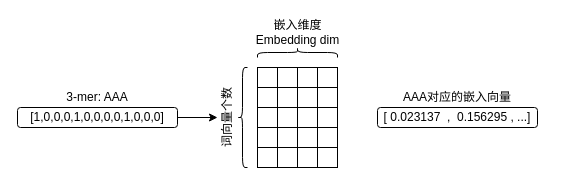
This is embedding.drawio from kaze-0/figure, a draw.io file, before an edit. Source tidied: cells renumbered, new cells numbered last; positions are measured from the earlier drawing's top-left corner, leaving out a move shared by most shapes. Both pictures are drawn from the tidied source at 100%, with x=0, y=0 at pixel (17, 17).
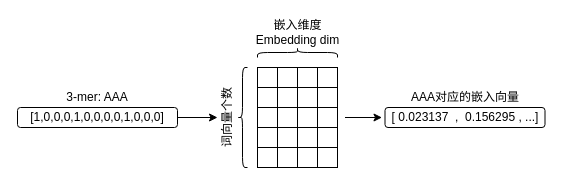
Above is the later version.

The edit, as a diff of the source:
```diff
@@
     <mxCell id="29" value="[ 0.023137&amp;nbsp; ,&amp;nbsp; 0.156295 , ...]" style="rounded=1;whiteSpace=wrap;html=1;fillColor=none;" parent="1" vertex="1">
-      <mxGeometry x="360" y="90" width="160" height="20" as="geometry" />
+      <mxGeometry x="367.5" y="90" width="160" height="20" as="geometry" />
     </mxCell>
     <mxCell id="30" value="AAA对应的嵌入向量" style="whiteSpace=wrap;html=1;strokeColor=none;fillColor=none;" parent="1" vertex="1">
-      <mxGeometry x="380" y="70" width="120" height="20" as="geometry" />
+      <mxGeometry x="387.5" y="70" width="120" height="20" as="geometry" />
     </mxCell>
+    <mxCell id="31" style="edgeStyle=orthogonalEdgeStyle;rounded=0;jettySize=auto;html=1;entryX=-0.019;entryY=0.512;entryDx=0;entryDy=0;entryPerimeter=0;" parent="1" edge="1" target="29">
+      <mxGeometry relative="1" as="geometry">
+        <mxPoint x="327.5" y="100" as="sourcePoint" />
+      </mxGeometry>
+    </mxCell>
```
